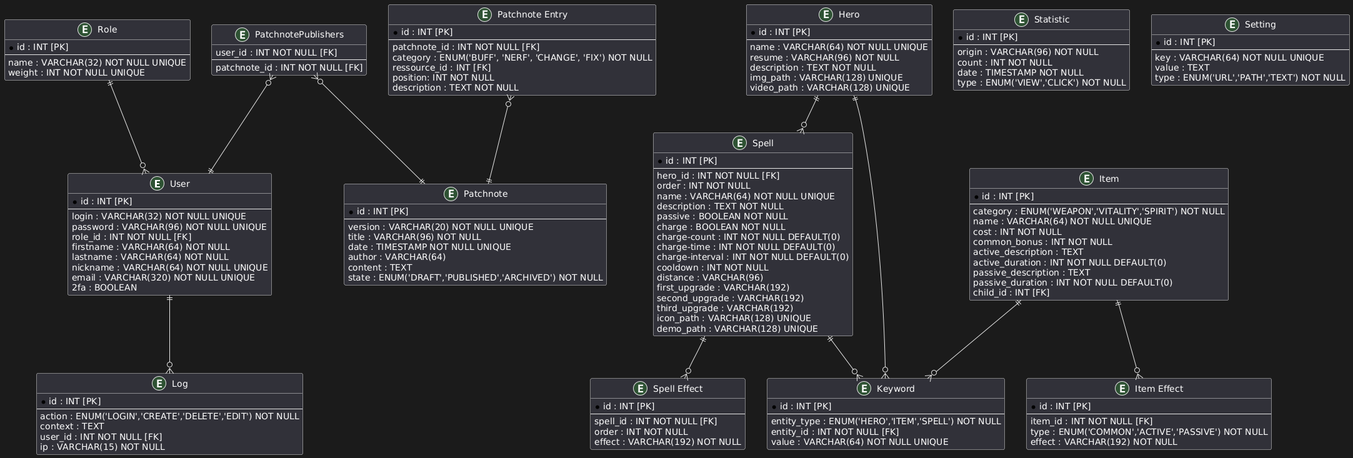
This is docs/concept/ERD.png from Neyticom/Deadlock-France-webapp-front, a PlantUML export, as it was before one commit.
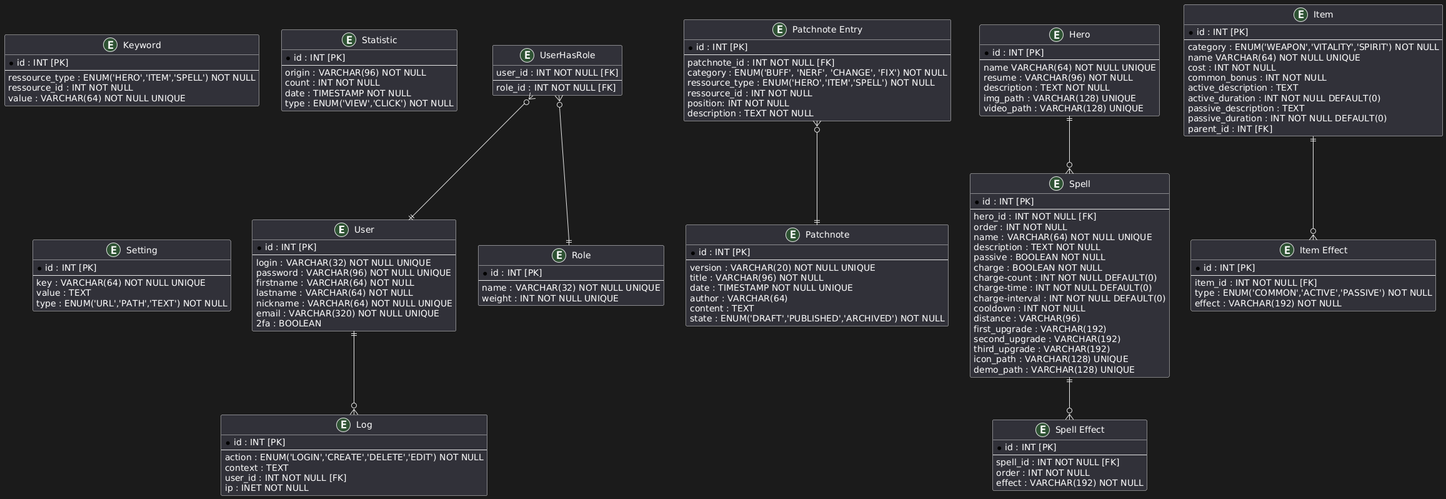
The same file after the commit.

Diff of the diagram source:
```diff
@@ -4,7 +4,6 @@
   --
   login : VARCHAR(32) NOT NULL UNIQUE
   password : VARCHAR(96) NOT NULL UNIQUE
-  role_id : INT NOT NULL [FK]
   firstname : VARCHAR(64) NOT NULL
   lastname : VARCHAR(64) NOT NULL
   nickname : VARCHAR(64) NOT NULL UNIQUE
@@ -17,6 +16,12 @@
   --
   name : VARCHAR(32) NOT NULL UNIQUE
   weight : INT NOT NULL UNIQUE
+}
+
+entity "UserHasRole" as user_has_role {
+  user_id : INT NOT NULL [FK]
+  --
+  role_id : INT NOT NULL [FK]
 }
 
 entity "Patchnote" as patchnote {
@@ -35,7 +40,8 @@
   --
   patchnote_id : INT NOT NULL [FK]
   category : ENUM('BUFF', 'NERF', 'CHANGE', 'FIX') NOT NULL
-  ressource_id : INT [FK]
+  ressource_type : ENUM('HERO','ITEM','SPELL') NOT NULL
+  ressource_id : INT NOT NULL
   position: INT NOT NULL
   description : TEXT NOT NULL
 }
@@ -43,7 +49,7 @@
 entity "Hero" as hero {
   * id : INT [PK]
   --
-  name : VARCHAR(64) NOT NULL UNIQUE
+  name VARCHAR(64) NOT NULL UNIQUE
   resume : VARCHAR(96) NOT NULL
   description : TEXT NOT NULL
   img_path : VARCHAR(128) UNIQUE
@@ -54,14 +60,14 @@
   * id : INT [PK]
   --
   category : ENUM('WEAPON','VITALITY','SPIRIT') NOT NULL
-  name : VARCHAR(64) NOT NULL UNIQUE
+  name VARCHAR(64) NOT NULL UNIQUE
   cost : INT NOT NULL
   common_bonus : INT NOT NULL
   active_description : TEXT
   active_duration : INT NOT NULL DEFAULT(0)
   passive_description : TEXT
   passive_duration : INT NOT NULL DEFAULT(0)
-  child_id : INT [FK]
+  parent_id : INT [FK]
 }
 
 entity "Item Effect" as item_effect {
@@ -104,15 +110,9 @@
 entity "Keyword" as keyword {
   * id : INT [PK]
   --
-  entity_type : ENUM('HERO','ITEM','SPELL') NOT NULL
-  entity_id : INT NOT NULL [FK]
+  ressource_type : ENUM('HERO','ITEM','SPELL') NOT NULL
+  ressource_id : INT NOT NULL
   value : VARCHAR(64) NOT NULL UNIQUE
-}
-
-entity "PatchnotePublishers" as patchnote_publishers {
-  user_id : INT NOT NULL [FK]
-  --
-  patchnote_id : INT NOT NULL [FK]
 }
 
 entity "Statistic" as statistic {
@@ -138,18 +138,14 @@
   action : ENUM('LOGIN','CREATE','DELETE','EDIT') NOT NULL
   context : TEXT
   user_id : INT NOT NULL [FK]
-  ip : VARCHAR(15) NOT NULL
+  ip : INET NOT NULL
 }
 
-role ||--o{ user
 user ||--o{ log
 hero ||--o{ spell
-hero ||--o{ keyword
-item ||--o{ keyword
 item ||--o{ item_effect
 spell ||--o{ spell_effect
-spell ||--o{ keyword
-patchnote_publishers }o--|| patchnote
-patchnote_publishers }o--|| user
+user_has_role }o--|| role
+user_has_role }o--|| user
 patchnote_entry }o--|| patchnote
 @enduml
```
